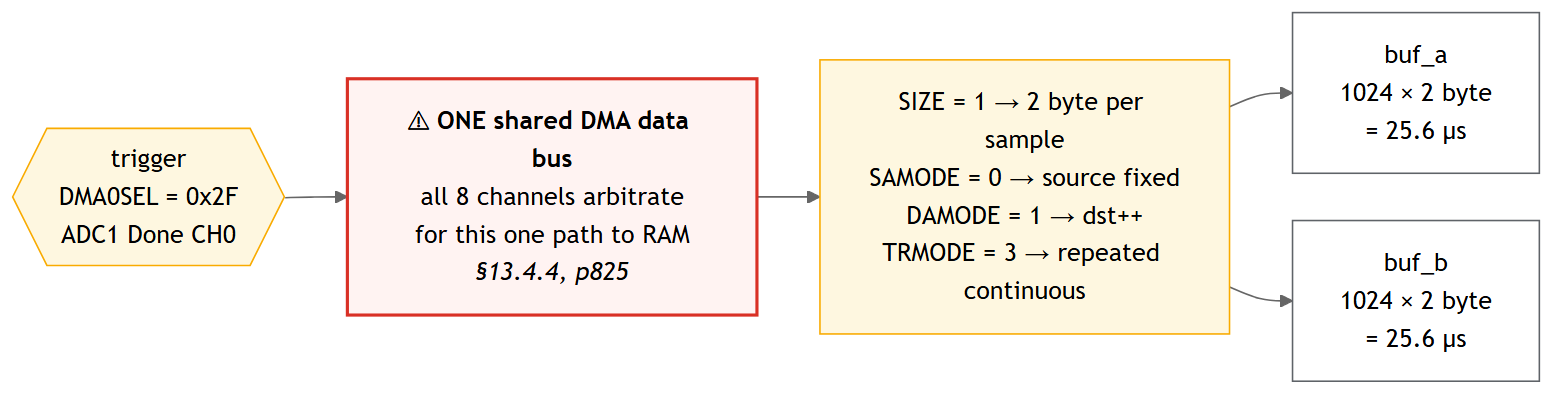
Above: docs/03_dma_path.png in MicrochipTech/dspic33a-high-speed-adc-example (Mermaid), before the change. Its source is kept beside it as docs/03_dma_path.mmd. The source it was exported from:
```mermaid
%%{init: {'theme':'neutral', 'flowchart':{'curve':'basis','nodeSpacing':30,'rankSpacing':40,'htmlLabels':true}}}%%
flowchart LR

    REQ{{"trigger<br/>DMA0SEL = 0x2F<br/>ADC1 Done CH0"}} --> BUS["⚠ <b>ONE shared DMA data bus</b><br/>all 8 channels arbitrate<br/>for this one path to RAM<br/><i>§13.4.4, p825</i>"]
    BUS --> CFG["SIZE = 1 → 2 byte per sample<br/>SAMODE = 0 → source fixed<br/>DAMODE = 1 → dst++<br/>TRMODE = 3 → repeated continuous"]
    CFG --> BA["buf_a<br/>1024 × 2 byte<br/>= 25.6 µs"]
    CFG --> BB["buf_b<br/>1024 × 2 byte<br/>= 25.6 µs"]

    classDef adc  fill:#e6f4ea,stroke:#34a853
    classDef dma  fill:#fef7e0,stroke:#f9ab00
    classDef warn fill:#fff3f2,stroke:#d93025,stroke-width:2px
    classDef buf  fill:#ffffff,stroke:#5f6368

    class REQ,CFG dma
    class BUS warn
    class BA,BB buf
```
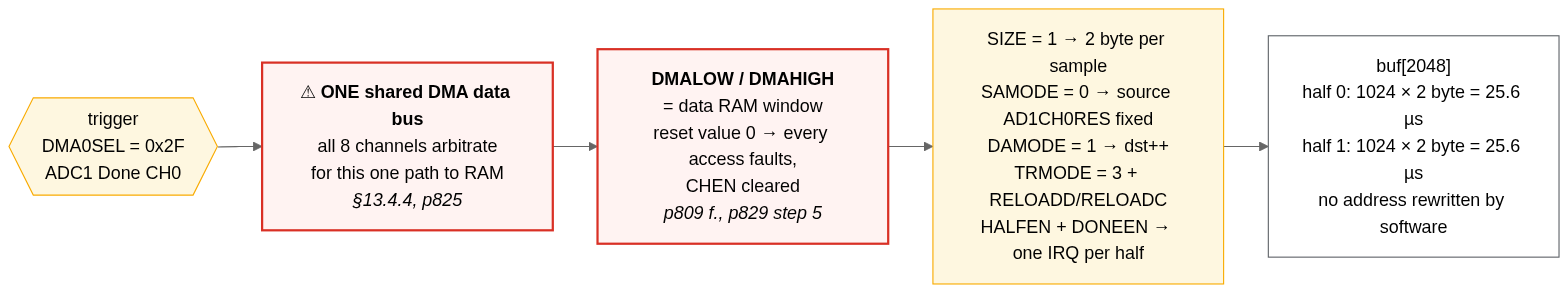
Later version of the same file.

Commit message:
Fix ADC trigger mode, DMA address window, status flag clearing and buffer switching

Diff of the diagram source:
```diff
@@ -2,9 +2,9 @@
 flowchart LR
 
     REQ{{"trigger<br/>DMA0SEL = 0x2F<br/>ADC1 Done CH0"}} --> BUS["⚠ <b>ONE shared DMA data bus</b><br/>all 8 channels arbitrate<br/>for this one path to RAM<br/><i>§13.4.4, p825</i>"]
-    BUS --> CFG["SIZE = 1 → 2 byte per sample<br/>SAMODE = 0 → source fixed<br/>DAMODE = 1 → dst++<br/>TRMODE = 3 → repeated continuous"]
-    CFG --> BA["buf_a<br/>1024 × 2 byte<br/>= 25.6 µs"]
-    CFG --> BB["buf_b<br/>1024 × 2 byte<br/>= 25.6 µs"]
+    BUS --> WIN["<b>DMALOW / DMAHIGH</b><br/>= data RAM window<br/>reset value 0 → every access faults,<br/>CHEN cleared<br/><i>p809 f., p829 step 5</i>"]
+    WIN --> CFG["SIZE = 1 → 2 byte per sample<br/>SAMODE = 0 → source AD1CH0RES fixed<br/>DAMODE = 1 → dst++<br/>TRMODE = 3 + RELOADD/RELOADC<br/>HALFEN + DONEEN → one IRQ per half"]
+    CFG --> BUF["buf[2048]<br/>half 0: 1024 × 2 byte = 25.6 µs<br/>half 1: 1024 × 2 byte = 25.6 µs<br/>no address rewritten by software"]
 
     classDef adc  fill:#e6f4ea,stroke:#34a853
     classDef dma  fill:#fef7e0,stroke:#f9ab00
@@ -12,5 +12,5 @@
     classDef buf  fill:#ffffff,stroke:#5f6368
 
     class REQ,CFG dma
-    class BUS warn
-    class BA,BB buf
+    class BUS,WIN warn
+    class BUF buf
```
